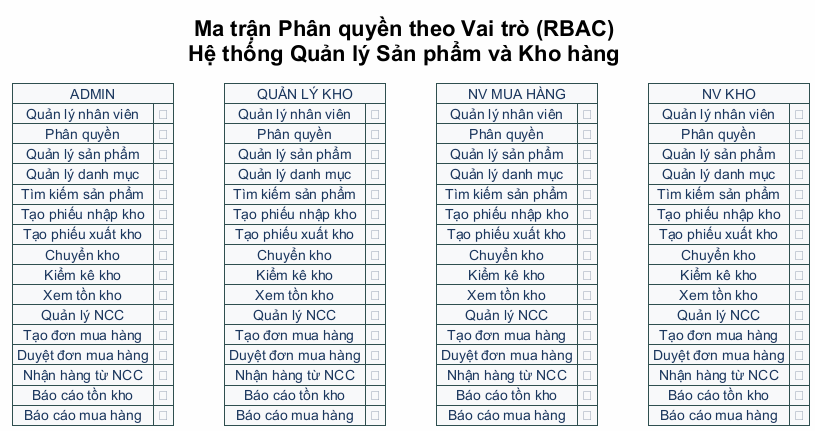
vuhoabinh2416137/G8_Quanlysanphamvakhohang keeps this PlantUML diagram as BTL-QuanLyKhoHang/diagrams/functional-model-rbac-matrix.png. Above is the earlier version. Source of this version:
```plantuml
@startuml functional-model-rbac-matrix
!theme plain
skinparam defaultFontName "Arial"
skinparam backgroundColor #FEFEFE

title Ma trận Phân quyền theo Vai trò (RBAC)\nHệ thống Quản lý Sản phẩm và Kho hàng

skinparam map {
    BackgroundColor #F8F9FA
    FontColor #1a365d
    BorderColor #2F4F4F
}

map "ADMIN" as admin {
    Quản lý nhân viên => ✅
    Phân quyền => ✅
    Quản lý sản phẩm => ✅
    Quản lý danh mục => ✅
    Tìm kiếm sản phẩm => ✅
    Tạo phiếu nhập kho => ❌
    Tạo phiếu xuất kho => ❌
    Chuyển kho => ❌
    Kiểm kê kho => ❌
    Xem tồn kho => ✅
    Quản lý NCC => ❌
    Tạo đơn mua hàng => ❌
    Duyệt đơn mua hàng => ❌
    Nhận hàng từ NCC => ❌
    Báo cáo tồn kho => ✅
    Báo cáo mua hàng => ✅
}

map "QUẢN LÝ KHO" as qlk {
    Quản lý nhân viên => ❌
    Phân quyền => ❌
    Quản lý sản phẩm => ✅
    Quản lý danh mục => ✅
    Tìm kiếm sản phẩm => ✅
    Tạo phiếu nhập kho => ❌
    Tạo phiếu xuất kho => ❌
    Chuyển kho => ✅
    Kiểm kê kho => ✅
    Xem tồn kho => ✅
    Quản lý NCC => ❌
    Tạo đơn mua hàng => ❌
    Duyệt đơn mua hàng => ✅
    Nhận hàng từ NCC => ❌
    Báo cáo tồn kho => ✅
    Báo cáo mua hàng => ❌
}

map "NV MUA HÀNG" as nvmh {
    Quản lý nhân viên => ❌
    Phân quyền => ❌
    Quản lý sản phẩm => ❌
    Quản lý danh mục => ❌
    Tìm kiếm sản phẩm => ✅
    Tạo phiếu nhập kho => ❌
    Tạo phiếu xuất kho => ❌
    Chuyển kho => ❌
    Kiểm kê kho => ❌
    Xem tồn kho => ❌
    Quản lý NCC => ✅
    Tạo đơn mua hàng => ✅
    Duyệt đơn mua hàng => ❌
    Nhận hàng từ NCC => ❌
    Báo cáo tồn kho => ❌
    Báo cáo mua hàng => ❌
}

map "NV KHO" as nvk {
    Quản lý nhân viên => ❌
    Phân quyền => ❌
    Quản lý sản phẩm => ❌
    Quản lý danh mục => ❌
    Tìm kiếm sản phẩm => ✅
    Tạo phiếu nhập kho => ✅
    Tạo phiếu xuất kho => ✅
    Chuyển kho => ❌
    Kiểm kê kho => ✅
    Xem tồn kho => ✅
    Quản lý NCC => ❌
    Tạo đơn mua hàng => ❌
    Duyệt đơn mua hàng => ❌
    Nhận hàng từ NCC => ✅
    Báo cáo tồn kho => ❌
    Báo cáo mua hàng => ❌
}

admin -[hidden]right- qlk
qlk -[hidden]right- nvmh
nvmh -[hidden]right- nvk

@enduml
```
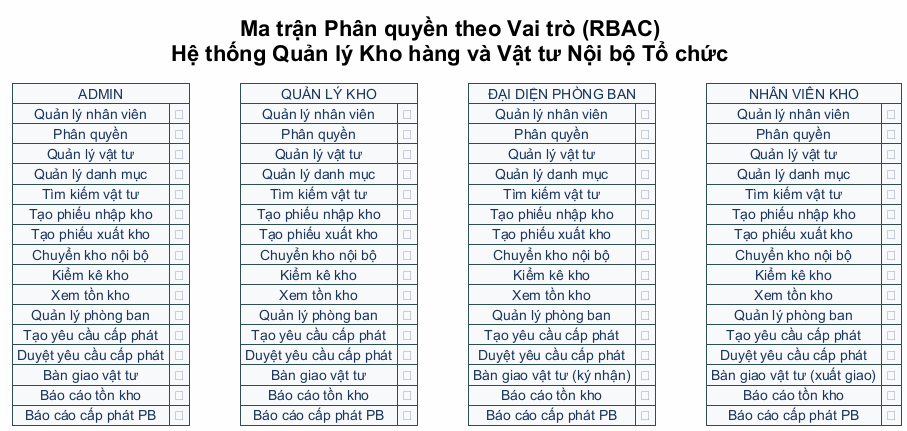
Above is the later version.

Diff of the diagram source:
```diff
@@ -3,7 +3,7 @@
 skinparam defaultFontName "Arial"
 skinparam backgroundColor #FEFEFE
 
-title Ma trận Phân quyền theo Vai trò (RBAC)\nHệ thống Quản lý Sản phẩm và Kho hàng
+title Ma trận Phân quyền theo Vai trò (RBAC)\nHệ thống Quản lý Kho hàng và Vật tư Nội bộ Tổ chức
 
 skinparam map {
     BackgroundColor #F8F9FA
@@ -14,81 +14,81 @@
 map "ADMIN" as admin {
     Quản lý nhân viên => ✅
     Phân quyền => ✅
-    Quản lý sản phẩm => ✅
+    Quản lý vật tư => ✅
     Quản lý danh mục => ✅
-    Tìm kiếm sản phẩm => ✅
+    Tìm kiếm vật tư => ✅
     Tạo phiếu nhập kho => ❌
     Tạo phiếu xuất kho => ❌
-    Chuyển kho => ❌
+    Chuyển kho nội bộ => ❌
     Kiểm kê kho => ❌
     Xem tồn kho => ✅
-    Quản lý NCC => ❌
-    Tạo đơn mua hàng => ❌
-    Duyệt đơn mua hàng => ❌
-    Nhận hàng từ NCC => ❌
+    Quản lý phòng ban => ✅
+    Tạo yêu cầu cấp phát => ❌
+    Duyệt yêu cầu cấp phát => ❌
+    Bàn giao vật tư => ❌
     Báo cáo tồn kho => ✅
-    Báo cáo mua hàng => ✅
+    Báo cáo cấp phát PB => ✅
 }
 
 map "QUẢN LÝ KHO" as qlk {
     Quản lý nhân viên => ❌
     Phân quyền => ❌
-    Quản lý sản phẩm => ✅
+    Quản lý vật tư => ✅
     Quản lý danh mục => ✅
-    Tìm kiếm sản phẩm => ✅
+    Tìm kiếm vật tư => ✅
     Tạo phiếu nhập kho => ❌
     Tạo phiếu xuất kho => ❌
-    Chuyển kho => ✅
+    Chuyển kho nội bộ => ✅
     Kiểm kê kho => ✅
     Xem tồn kho => ✅
-    Quản lý NCC => ❌
-    Tạo đơn mua hàng => ❌
-    Duyệt đơn mua hàng => ✅
-    Nhận hàng từ NCC => ❌
+    Quản lý phòng ban => ✅
+    Tạo yêu cầu cấp phát => ❌
+    Duyệt yêu cầu cấp phát => ✅
+    Bàn giao vật tư => ❌
     Báo cáo tồn kho => ✅
-    Báo cáo mua hàng => ❌
+    Báo cáo cấp phát PB => ✅
 }
 
-map "NV MUA HÀNG" as nvmh {
+map "ĐẠI DIỆN PHÒNG BAN" as pb {
     Quản lý nhân viên => ❌
     Phân quyền => ❌
-    Quản lý sản phẩm => ❌
+    Quản lý vật tư => ❌
     Quản lý danh mục => ❌
-    Tìm kiếm sản phẩm => ✅
+    Tìm kiếm vật tư => ✅
     Tạo phiếu nhập kho => ❌
     Tạo phiếu xuất kho => ❌
-    Chuyển kho => ❌
+    Chuyển kho nội bộ => ❌
     Kiểm kê kho => ❌
     Xem tồn kho => ❌
-    Quản lý NCC => ✅
-    Tạo đơn mua hàng => ✅
-    Duyệt đơn mua hàng => ❌
-    Nhận hàng từ NCC => ❌
+    Quản lý phòng ban => ❌
+    Tạo yêu cầu cấp phát => ✅
+    Duyệt yêu cầu cấp phát => ❌
+    Bàn giao vật tư (ký nhận) => ✅
     Báo cáo tồn kho => ❌
-    Báo cáo mua hàng => ❌
+    Báo cáo cấp phát PB => ❌
 }
 
-map "NV KHO" as nvk {
+map "NHÂN VIÊN KHO" as nvk {
     Quản lý nhân viên => ❌
     Phân quyền => ❌
-    Quản lý sản phẩm => ❌
+    Quản lý vật tư => ❌
     Quản lý danh mục => ❌
-    Tìm kiếm sản phẩm => ✅
+    Tìm kiếm vật tư => ✅
     Tạo phiếu nhập kho => ✅
     Tạo phiếu xuất kho => ✅
-    Chuyển kho => ❌
+    Chuyển kho nội bộ => ❌
     Kiểm kê kho => ✅
     Xem tồn kho => ✅
-    Quản lý NCC => ❌
-    Tạo đơn mua hàng => ❌
-    Duyệt đơn mua hàng => ❌
-    Nhận hàng từ NCC => ✅
+    Quản lý phòng ban => ❌
+    Tạo yêu cầu cấp phát => ❌
+    Duyệt yêu cầu cấp phát => ❌
+    Bàn giao vật tư (xuất giao) => ✅
     Báo cáo tồn kho => ❌
-    Báo cáo mua hàng => ❌
+    Báo cáo cấp phát PB => ❌
 }
 
 admin -[hidden]right- qlk
-qlk -[hidden]right- nvmh
-nvmh -[hidden]right- nvk
+qlk -[hidden]right- pb
+pb -[hidden]right- nvk
 
 @enduml
```
